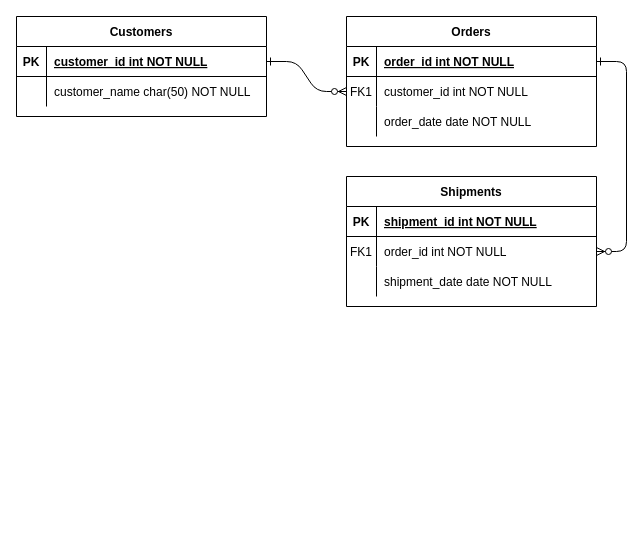
romiraxp/DBintruduction keeps this draw.io diagram as MusicStore_add.drawio. Above is the earlier version. Source tidied: cells renumbered, new cells numbered last; positions are measured from the earlier drawing's top-left corner, leaving out a move shared by most shapes. Both pictures are drawn from the tidied source at 100%, with x=0, y=0 at pixel (16, 16).
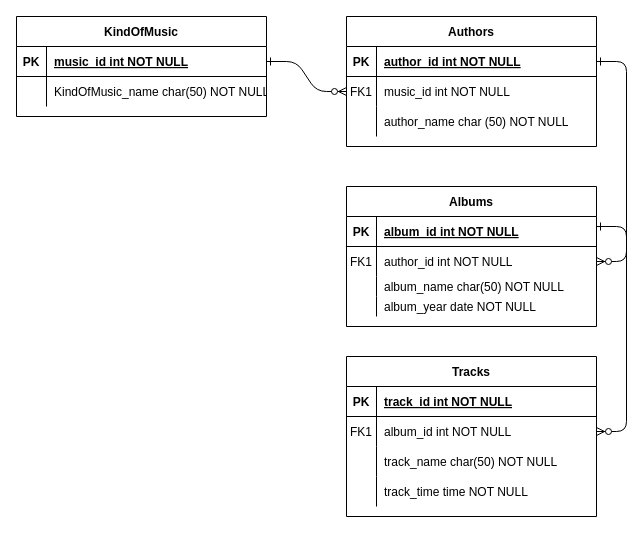
Above is the later version.

Unchanged cells that the change refers to:
```xml
<mxCell id="5" style="shape=partialRectangle;fillColor=none;points=[[0,0.5],[1,0.5]];portConstraint=eastwest;top=0;left=0;right=0;bottom=1;" parent="4" vertex="1">
  <mxGeometry y="30" width="250" height="30" as="geometry" />
</mxCell>
<mxCell id="8" style="shape=partialRectangle;fillColor=none;points=[[0,0.5],[1,0.5]];portConstraint=eastwest;top=0;left=0;right=0;bottom=0;" parent="4" vertex="1">
  <mxGeometry y="60" width="250" height="30" as="geometry" />
</mxCell>
<mxCell id="11" style="shape=partialRectangle;fillColor=none;top=0;left=0;right=0;bottom=0;" parent="4" vertex="1">
  <mxGeometry y="90" width="250" height="30" as="geometry" />
</mxCell>
<mxCell id="15" style="shape=partialRectangle;fillColor=none;top=0;left=0;right=0;bottom=1;" parent="14" vertex="1">
  <mxGeometry y="30" width="250" height="30" as="geometry" />
</mxCell>
<mxCell id="18" style="shape=partialRectangle;fillColor=none;points=[[0,0.5],[1,0.5]];portConstraint=eastwest;top=0;left=0;right=0;bottom=0;" parent="14" vertex="1">
  <mxGeometry y="60" width="250" height="30" as="geometry" />
</mxCell>
<mxCell id="25" style="shape=partialRectangle;fillColor=none;points=[[0,0.5],[1,0.5]];portConstraint=eastwest;top=0;left=0;right=0;bottom=1;" parent="24" vertex="1">
  <mxGeometry y="30" width="250" height="30" as="geometry" />
</mxCell>
<mxCell id="28" style="shape=partialRectangle;fillColor=none;top=0;left=0;right=0;bottom=0;" parent="24" vertex="1">
  <mxGeometry y="60" width="250" height="30" as="geometry" />
</mxCell>
```

Change to the diagram source:
```diff
@@
-    <mxCell id="4" value="Orders" style="shape=table;startSize=30;childLayout=tableLayout;rowLines=0;fontStyle=1;align=center;" parent="1" vertex="1">
+    <mxCell id="4" value="Authors" style="shape=table;startSize=30;childLayout=tableLayout;rowLines=0;fontStyle=1;align=center;" parent="1" vertex="1">
       <mxGeometry x="330" width="250" height="130" as="geometry" />
     </mxCell>
@@
-    <mxCell id="7" value="order_id int NOT NULL " style="shape=partialRectangle;overflow=hidden;fillColor=none;top=0;left=0;bottom=0;right=0;align=left;spacingLeft=6;fontStyle=5;" parent="5" vertex="1">
+    <mxCell id="7" value="author_id int NOT NULL " style="shape=partialRectangle;overflow=hidden;fillColor=none;top=0;left=0;bottom=0;right=0;align=left;spacingLeft=6;fontStyle=5;" parent="5" vertex="1">
       <mxGeometry x="30" width="220" height="30" as="geometry" />
     </mxCell>
@@
-    <mxCell id="10" value="customer_id int NOT NULL" style="shape=partialRectangle;overflow=hidden;fillColor=none;top=0;left=0;bottom=0;right=0;align=left;spacingLeft=6;" parent="8" vertex="1">
+    <mxCell id="10" value="music_id int NOT NULL" style="shape=partialRectangle;overflow=hidden;fillColor=none;top=0;left=0;bottom=0;right=0;align=left;spacingLeft=6;" parent="8" vertex="1">
       <mxGeometry x="30" width="220" height="30" as="geometry" />
     </mxCell>
@@
-    <mxCell id="13" value="order_date date NOT NULL" style="shape=partialRectangle;overflow=hidden;fillColor=none;top=0;left=0;bottom=0;right=0;align=left;spacingLeft=6;" parent="11" vertex="1">
+    <mxCell id="13" value="author_name char (50) NOT NULL" style="shape=partialRectangle;overflow=hidden;fillColor=none;top=0;left=0;bottom=0;right=0;align=left;spacingLeft=6;" parent="11" vertex="1">
       <mxGeometry x="30" width="220" height="30" as="geometry" />
     </mxCell>
-    <mxCell id="14" value="Shipments" style="shape=table;startSize=30;childLayout=tableLayout;rowLines=0;fontStyle=1;align=center;" parent="1" vertex="1">
-      <mxGeometry x="330" y="160" width="250" height="130" as="geometry" />
+    <mxCell id="14" value="Albums" style="shape=table;startSize=30;childLayout=tableLayout;rowLines=0;fontStyle=1;align=center;" parent="1" vertex="1">
+      <mxGeometry x="330" y="170" width="250" height="140" as="geometry" />
     </mxCell>
@@
-    <mxCell id="17" value="shipment_id int NOT NULL " style="shape=partialRectangle;overflow=hidden;fillColor=none;top=0;left=0;bottom=0;right=0;align=left;spacingLeft=6;fontStyle=5;" parent="15" vertex="1">
+    <mxCell id="17" value="album_id int NOT NULL" style="shape=partialRectangle;overflow=hidden;fillColor=none;top=0;left=0;bottom=0;right=0;align=left;spacingLeft=6;fontStyle=5;" parent="15" vertex="1">
       <mxGeometry x="30" width="220" height="30" as="geometry" />
     </mxCell>
@@
-    <mxCell id="20" value="order_id int NOT NULL" style="shape=partialRectangle;overflow=hidden;fillColor=none;top=0;left=0;bottom=0;right=0;align=left;spacingLeft=6;" parent="18" vertex="1">
+    <mxCell id="20" value="author_id int NOT NULL" style="shape=partialRectangle;overflow=hidden;fillColor=none;top=0;left=0;bottom=0;right=0;align=left;spacingLeft=6;" parent="18" vertex="1">
       <mxGeometry x="30" width="220" height="30" as="geometry" />
     </mxCell>
     <mxCell id="21" style="shape=partialRectangle;fillColor=none;top=0;left=0;right=0;bottom=0;" parent="14" vertex="1">
-      <mxGeometry y="90" width="250" height="30" as="geometry" />
+      <mxGeometry y="90" width="250" height="20" as="geometry" />
     </mxCell>
     <mxCell id="22" style="shape=partialRectangle;overflow=hidden;fillColor=none;top=0;left=0;bottom=0;right=0;" parent="21" vertex="1">
-      <mxGeometry width="30" height="30" as="geometry" />
+      <mxGeometry width="30" height="20" as="geometry" />
     </mxCell>
-    <mxCell id="23" value="shipment_date date NOT NULL" style="shape=partialRectangle;overflow=hidden;fillColor=none;top=0;left=0;bottom=0;right=0;align=left;spacingLeft=6;" parent="21" vertex="1">
-      <mxGeometry x="30" width="220" height="30" as="geometry" />
+    <mxCell id="23" value="album_name char(50) NOT NULL" style="shape=partialRectangle;overflow=hidden;fillColor=none;top=0;left=0;bottom=0;right=0;align=left;spacingLeft=6;" parent="21" vertex="1">
+      <mxGeometry x="30" width="220" height="20" as="geometry" />
     </mxCell>
+    <mxCell id="31" style="shape=partialRectangle;fillColor=none;top=0;left=0;right=0;bottom=0;" parent="14" vertex="1">
+      <mxGeometry y="110" width="250" height="20" as="geometry" />
+    </mxCell>
+    <mxCell id="32" style="shape=partialRectangle;overflow=hidden;fillColor=none;top=0;left=0;bottom=0;right=0;" parent="31" vertex="1">
+      <mxGeometry width="30" height="20" as="geometry" />
+    </mxCell>
+    <mxCell id="33" value="album_year date NOT NULL" style="shape=partialRectangle;overflow=hidden;fillColor=none;top=0;left=0;bottom=0;right=0;align=left;spacingLeft=6;" parent="31" vertex="1">
+      <mxGeometry x="30" width="220" height="20" as="geometry" />
+    </mxCell>
-    <mxCell id="24" value="Customers" style="shape=table;startSize=30;childLayout=tableLayout;rowLines=0;fontStyle=1;align=center;" parent="1" vertex="1">
+    <mxCell id="24" value="KindOfMusic" style="shape=table;startSize=30;childLayout=tableLayout;rowLines=0;fontStyle=1;align=center;" parent="1" vertex="1">
       <mxGeometry width="250" height="100" as="geometry" />
     </mxCell>
@@
-    <mxCell id="27" value="customer_id int NOT NULL " style="shape=partialRectangle;overflow=hidden;fillColor=none;top=0;left=0;bottom=0;right=0;align=left;spacingLeft=6;fontStyle=5;" parent="25" vertex="1">
+    <mxCell id="27" value="music_id int NOT NULL" style="shape=partialRectangle;overflow=hidden;fillColor=none;top=0;left=0;bottom=0;right=0;align=left;spacingLeft=6;fontStyle=5;" parent="25" vertex="1">
       <mxGeometry x="30" width="220" height="30" as="geometry" />
     </mxCell>
@@
-    <mxCell id="30" value="customer_name char(50) NOT NULL" style="shape=partialRectangle;overflow=hidden;fillColor=none;top=0;left=0;bottom=0;right=0;align=left;spacingLeft=6;" parent="28" vertex="1">
+    <mxCell id="30" value="KindOfMusic_name char(50) NOT NULL" style="shape=partialRectangle;overflow=hidden;fillColor=none;top=0;left=0;bottom=0;right=0;align=left;spacingLeft=6;" parent="28" vertex="1">
       <mxGeometry x="30" width="220" height="30" as="geometry" />
     </mxCell>
+    <mxCell id="34" value="Tracks" style="shape=table;startSize=30;childLayout=tableLayout;rowLines=0;fontStyle=1;align=center;" parent="1" vertex="1">
+      <mxGeometry x="330" y="340" width="250" height="160" as="geometry" />
+    </mxCell>
+    <mxCell id="35" style="shape=partialRectangle;fillColor=none;top=0;left=0;right=0;bottom=1;" parent="34" vertex="1">
+      <mxGeometry y="30" width="250" height="30" as="geometry" />
+    </mxCell>
+    <mxCell id="36" value="PK" style="shape=partialRectangle;overflow=hidden;fillColor=none;top=0;left=0;bottom=0;right=0;fontStyle=1;" parent="35" vertex="1">
+      <mxGeometry width="30" height="30" as="geometry" />
+    </mxCell>
+    <mxCell id="37" value="track_id int NOT NULL" style="shape=partialRectangle;overflow=hidden;fillColor=none;top=0;left=0;bottom=0;right=0;align=left;spacingLeft=6;fontStyle=5;" parent="35" vertex="1">
+      <mxGeometry x="30" width="220" height="30" as="geometry" />
+    </mxCell>
+    <mxCell id="38" style="shape=partialRectangle;fillColor=none;points=[[0,0.5],[1,0.5]];portConstraint=eastwest;top=0;left=0;right=0;bottom=0;" parent="34" vertex="1">
+      <mxGeometry y="60" width="250" height="30" as="geometry" />
+    </mxCell>
+    <mxCell id="39" value="FK1" style="shape=partialRectangle;overflow=hidden;fillColor=none;top=0;left=0;bottom=0;right=0;" parent="38" vertex="1">
+      <mxGeometry width="30" height="30" as="geometry" />
+    </mxCell>
+    <mxCell id="40" value="album_id int NOT NULL" style="shape=partialRectangle;overflow=hidden;fillColor=none;top=0;left=0;bottom=0;right=0;align=left;spacingLeft=6;" parent="38" vertex="1">
+      <mxGeometry x="30" width="220" height="30" as="geometry" />
+    </mxCell>
+    <mxCell id="41" style="shape=partialRectangle;fillColor=none;top=0;left=0;right=0;bottom=0;" parent="34" vertex="1">
+      <mxGeometry y="90" width="250" height="30" as="geometry" />
+    </mxCell>
+    <mxCell id="42" style="shape=partialRectangle;overflow=hidden;fillColor=none;top=0;left=0;bottom=0;right=0;" parent="41" vertex="1">
+      <mxGeometry width="30" height="30" as="geometry" />
+    </mxCell>
+    <mxCell id="43" value="track_name char(50) NOT NULL" style="shape=partialRectangle;overflow=hidden;fillColor=none;top=0;left=0;bottom=0;right=0;align=left;spacingLeft=6;" parent="41" vertex="1">
+      <mxGeometry x="30" width="220" height="30" as="geometry" />
+    </mxCell>
+    <mxCell id="44" style="shape=partialRectangle;fillColor=none;top=0;left=0;right=0;bottom=0;" parent="34" vertex="1">
+      <mxGeometry y="120" width="250" height="30" as="geometry" />
+    </mxCell>
+    <mxCell id="45" style="shape=partialRectangle;overflow=hidden;fillColor=none;top=0;left=0;bottom=0;right=0;" parent="44" vertex="1">
+      <mxGeometry width="30" height="30" as="geometry" />
+    </mxCell>
+    <mxCell id="46" value="track_time time NOT NULL" style="shape=partialRectangle;overflow=hidden;fillColor=none;top=0;left=0;bottom=0;right=0;align=left;spacingLeft=6;" parent="44" vertex="1">
+      <mxGeometry x="30" width="220" height="30" as="geometry" />
+    </mxCell>
+    <mxCell id="47" style="edgeStyle=entityRelationEdgeStyle;endArrow=ERzeroToMany;startArrow=ERone;endFill=1;startFill=0;" parent="1" edge="1" target="38">
+      <mxGeometry relative="1" as="geometry">
+        <mxPoint x="580" y="210" as="sourcePoint" />
+        <Array as="points">
+          <mxPoint x="640" y="485" />
+        </Array>
+      </mxGeometry>
+    </mxCell>
```
